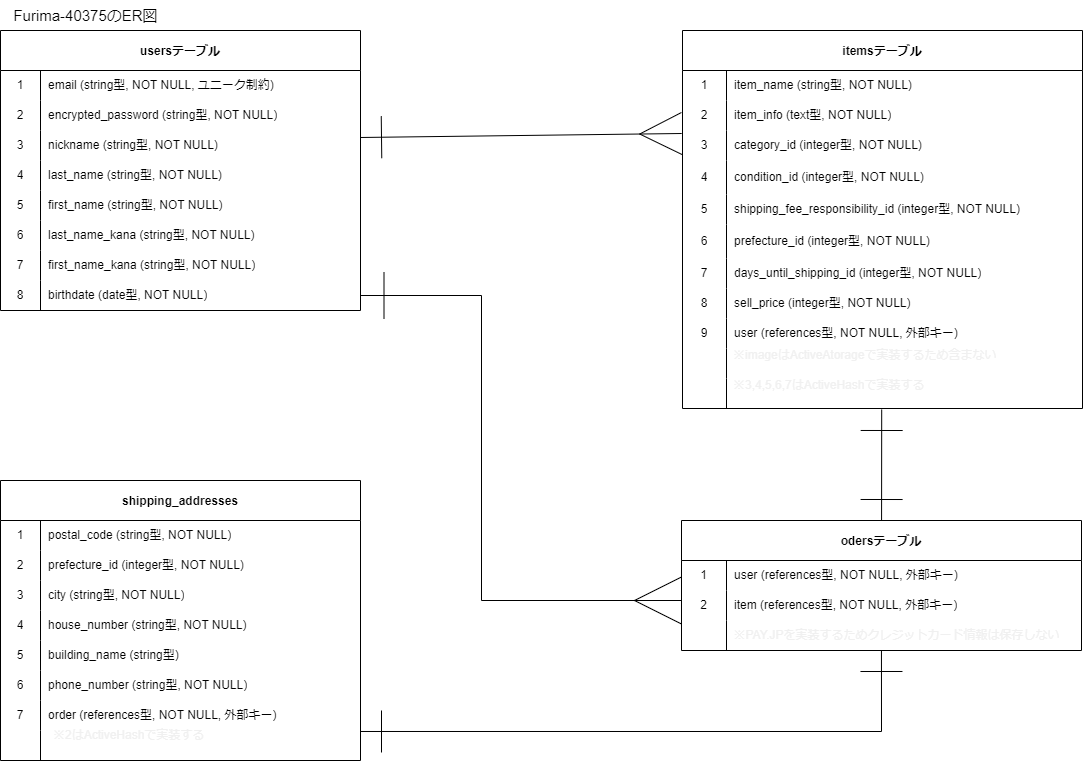
This is furima.drawio.png from meichanpapa/furima-40375, a draw.io export, as it was before one commit. Source tidied: cells renumbered, new cells last; positions are measured from the earlier drawing's top-left corner, leaving out a move shared by most shapes.
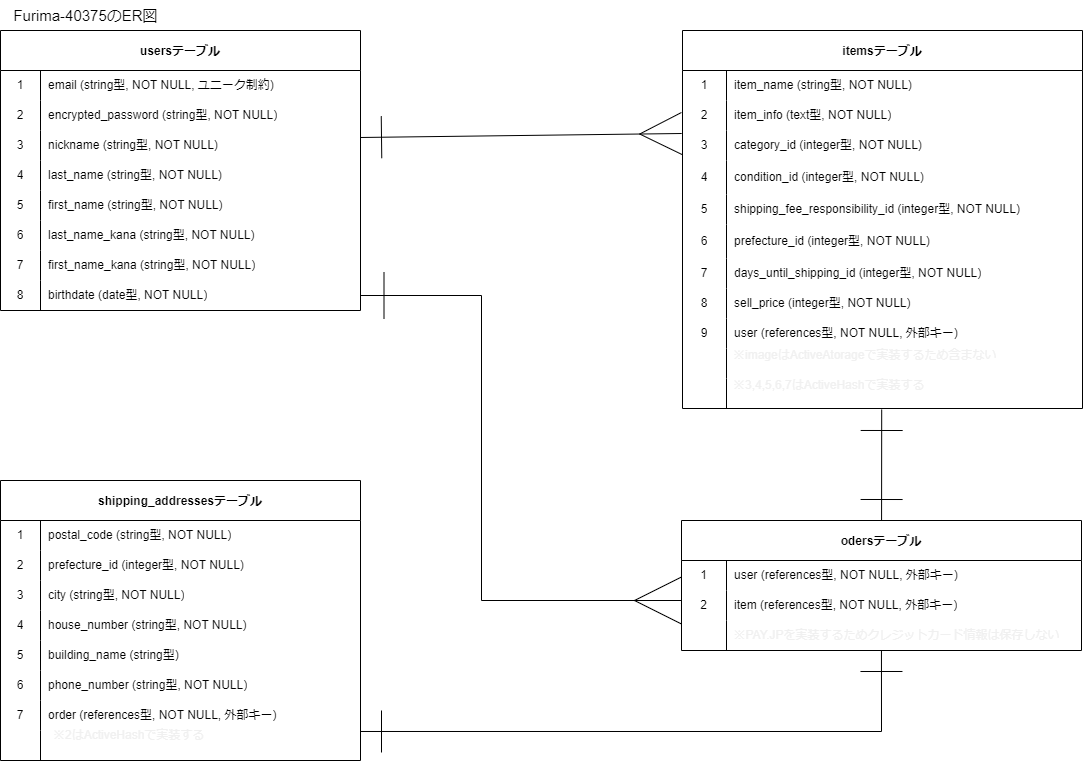
The same diagram one commit later.

What changed in the source:
```diff
@@ -227,7 +227,7 @@
     <mxCell id="74" style="endArrow=ERone;startArrow=ERone;html=1;fontFamily=Helvetica;fontSize=12;fontColor=#F0F0F0;rounded=0;startFill=0;endFill=0;endSize=40;strokeWidth=1;startSize=40;exitX=0.498;exitY=1.033;exitDx=0;exitDy=0;exitPerimeter=0;" parent="1" edge="1" source="60" target="63">
       <mxGeometry relative="1" as="geometry" />
     </mxCell>
-    <mxCell id="75" value="shipping_addresses" style="shape=table;startSize=40;rowLines=0;fontStyle=1;align=center;" parent="1" vertex="1">
+    <mxCell id="75" value="shipping_addressesテーブル" style="shape=table;startSize=40;rowLines=0;fontStyle=1;align=center;" parent="1" vertex="1">
       <mxGeometry y="480" width="360" height="280" as="geometry" />
     </mxCell>
     <mxCell id="76" style="shape=tableRow;horizontal=0;startSize=0;swimlaneHead=0;swimlaneBody=0;top=0;left=0;bottom=0;right=0;fillColor=none;" parent="75" vertex="1">
```
